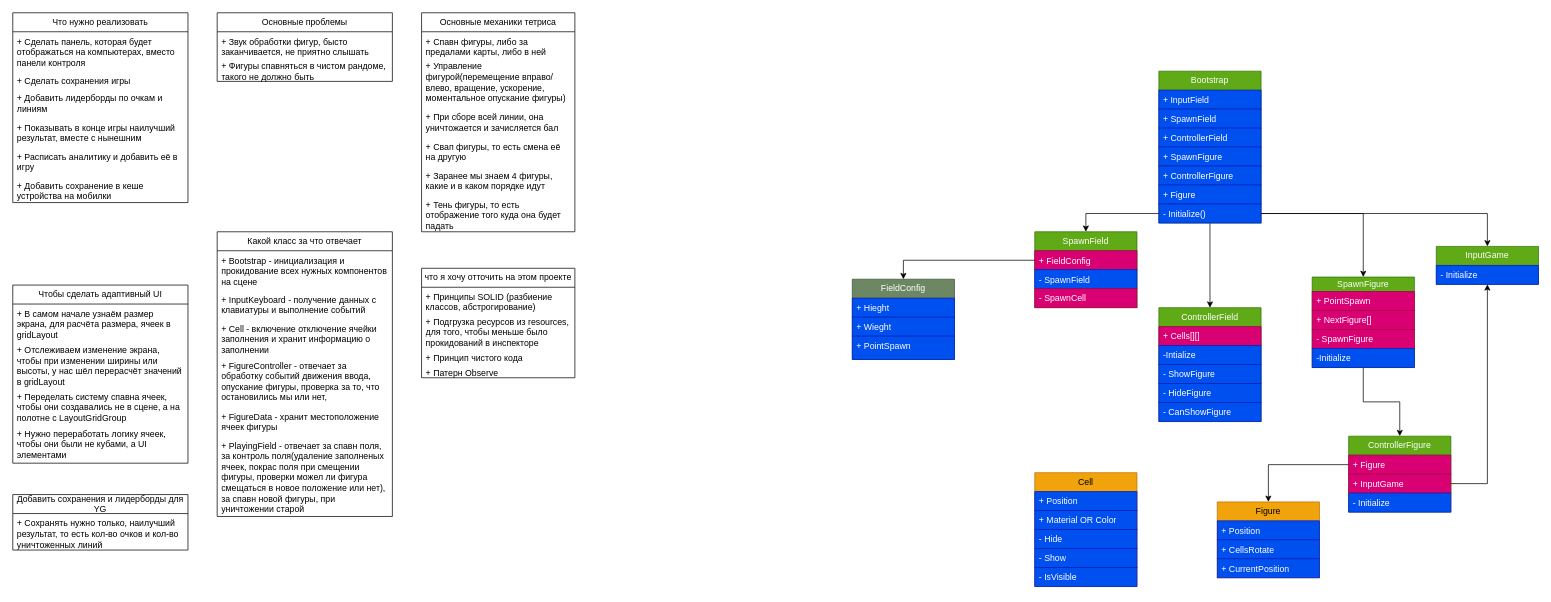
This is TetrisGame.drawio from Bablakov/Tetris, a draw.io file, before an edit. Source tidied: cells renumbered, new cells numbered last; positions are measured from the earlier drawing's top-left corner, leaving out a move shared by most shapes. Both pictures are drawn from the tidied source at 73%, with x=0, y=0 at pixel (12, 12).
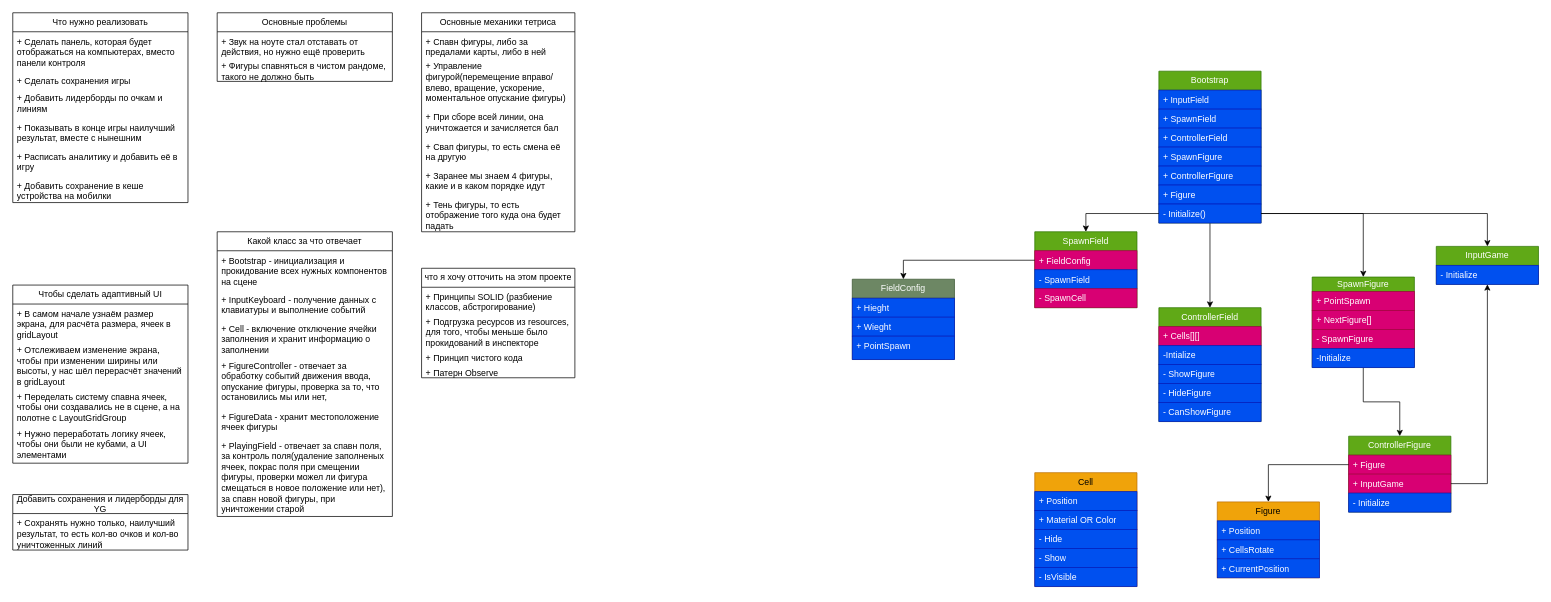
Above is the later version.

Unchanged cells that the change refers to:
```xml
<mxCell id="16" value="Основные проблемы" style="swimlane;fontStyle=0;horizontal=1;startSize=26;fillColor=none;whiteSpace=wrap;html=1;" parent="1" vertex="1">
  <mxGeometry x="280" width="240" height="94" as="geometry" />
</mxCell>
```

Change to the diagram source:
```diff
@@
-    <mxCell id="17" value="&lt;div&gt;+ Звук обработки фигур, бысто заканчивается, не приятно слышать&lt;/div&gt;" style="text;strokeColor=none;fillColor=none;align=left;verticalAlign=top;spacingLeft=4;spacingRight=4;overflow=hidden;whiteSpace=wrap;html=1;" parent="16" vertex="1">
+    <mxCell id="17" value="&lt;div&gt;+ Звук на ноуте стал отставать от действия, но нужно ещё проверить&lt;/div&gt;" style="text;strokeColor=none;fillColor=none;align=left;verticalAlign=top;spacingLeft=4;spacingRight=4;overflow=hidden;whiteSpace=wrap;html=1;" parent="16" vertex="1">
       <mxGeometry y="26" width="240" height="34" as="geometry" />
     </mxCell>
```
